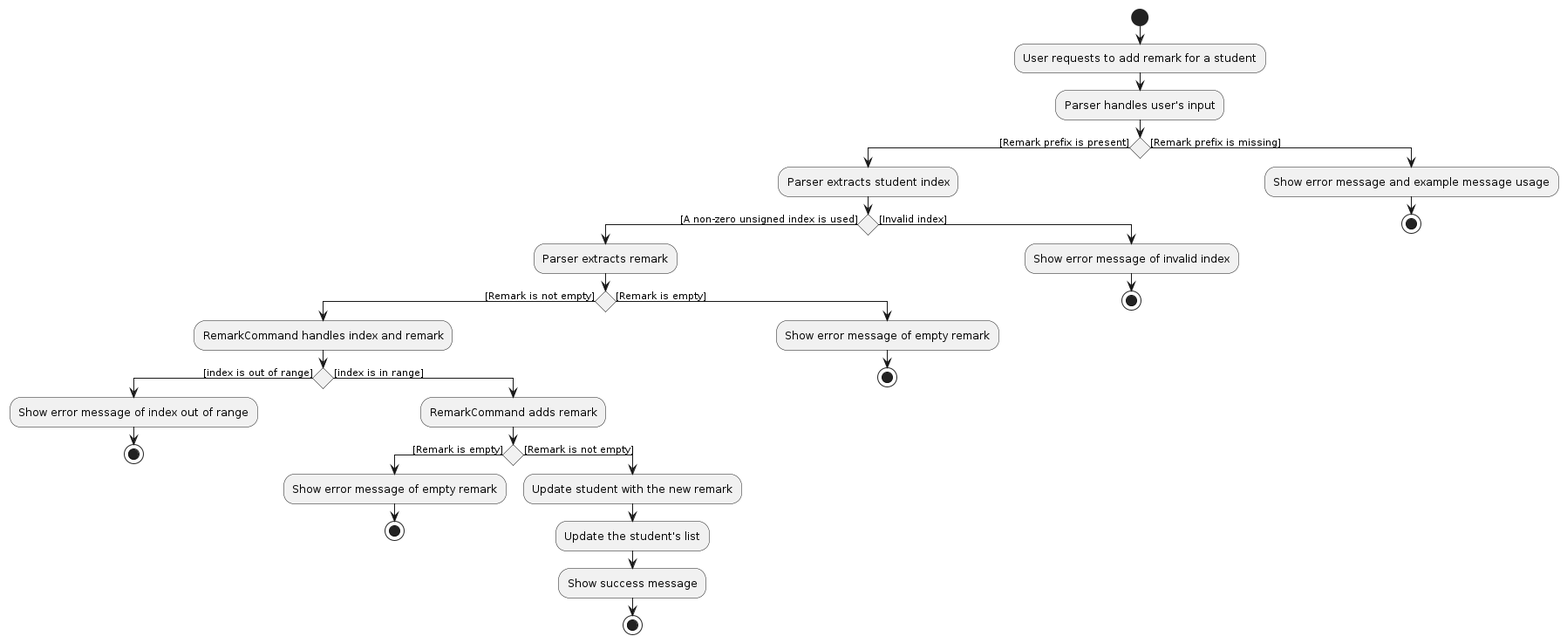
Earlier version of the PlantUML export diagrams/add-remark/RemarkCommandActivityDiagram.png (AY2425S1-CS2103-F11-1/tp). Its source is kept beside it as diagrams/add-remark/RemarkCommandActivityDiagram.puml.
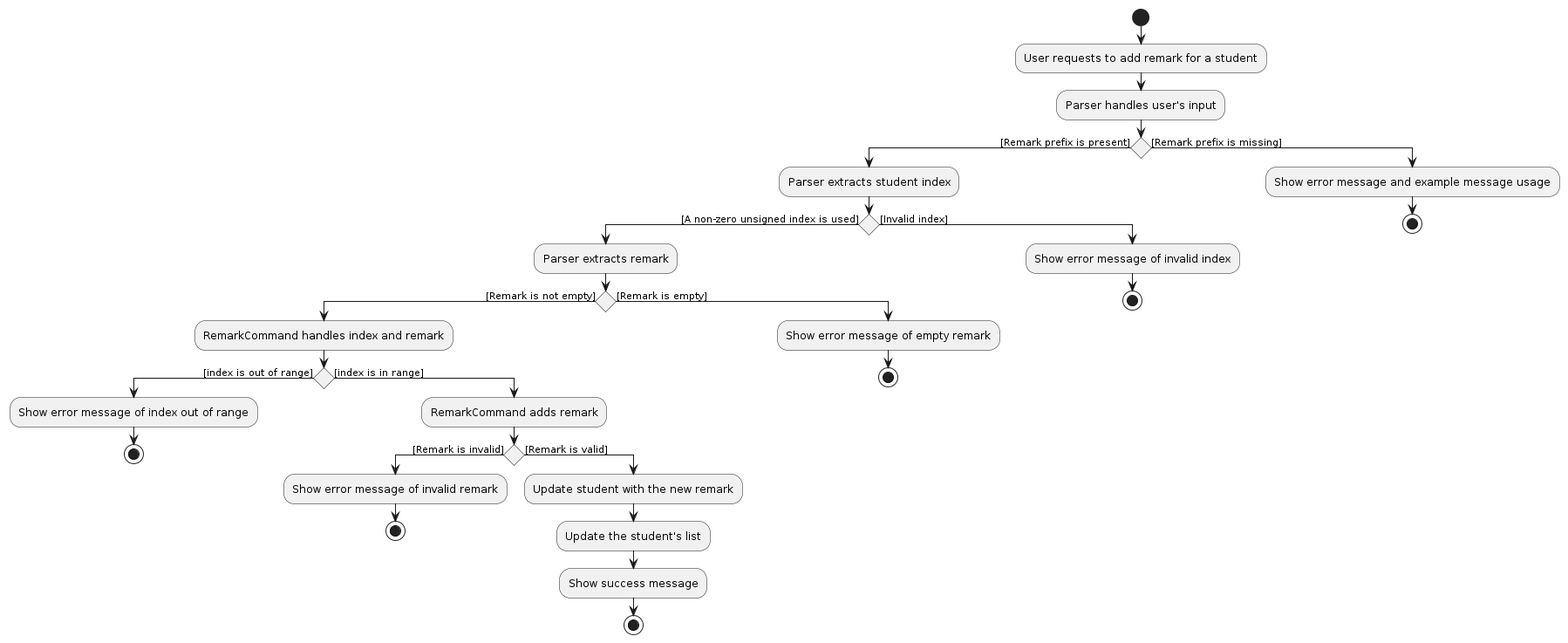
After the change.

What changed in the source:
```diff
@@ -14,10 +14,10 @@
         stop
       else ([index is in range])
         :RemarkCommand adds remark;
-        if () then ([Remark is empty])
-            :Show error message of empty remark;
+        if () then ([Remark is invalid])
+            :Show error message of invalid remark;
             stop
-        else ([Remark is not empty])
+        else ([Remark is valid])
             :Update student with the new remark;
             :Update the student's list;
             :Show success message;
```
